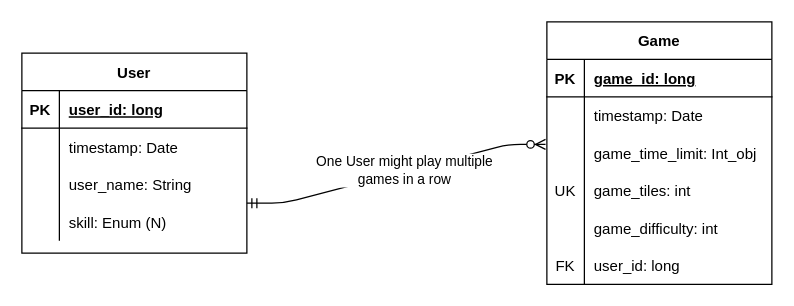
Before: docs/work/erd.drawio in ddc-java-13/tile-galore, a draw.io diagram. Source tidied: cells renumbered, new cells numbered last; positions are measured from the earlier drawing's top-left corner, leaving out a move shared by most shapes. Both pictures are drawn from the tidied source at 125%, with x=0, y=0 at pixel (21, 21).
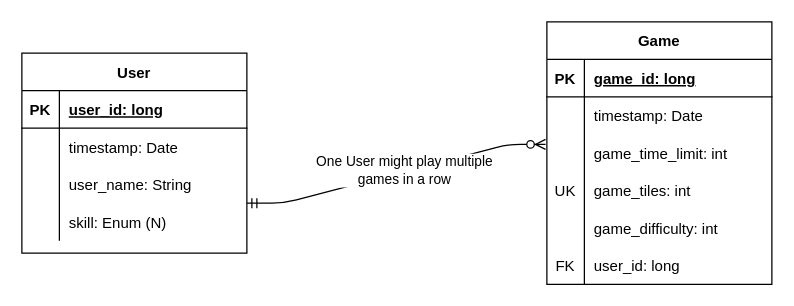
Above is the later version.

Commit message (it also covers changes not shown here):
little tweak on erd.

The change refers to these unchanged cells:
```xml
<mxCell id="22" style="shape=partialRectangle;fillColor=none;top=0;left=0;bottom=0;right=0;points=[[0,0.5],[1,0.5]];portConstraint=eastwest;" parent="15" vertex="1">
  <mxGeometry y="90" width="180" height="30" as="geometry" />
</mxCell>
```

Diff of the diagram source:
```diff
@@
-    <mxCell id="24" value="game_time_limit: Int_obj" style="shape=partialRectangle;fillColor=none;top=0;left=0;bottom=0;right=0;align=left;spacingLeft=6;overflow=hidden;" parent="22" vertex="1">
+    <mxCell id="24" value="game_time_limit: int" style="shape=partialRectangle;fillColor=none;top=0;left=0;bottom=0;right=0;align=left;spacingLeft=6;overflow=hidden;" parent="22" vertex="1">
       <mxGeometry x="30" width="150" height="30" as="geometry" />
     </mxCell>
```
